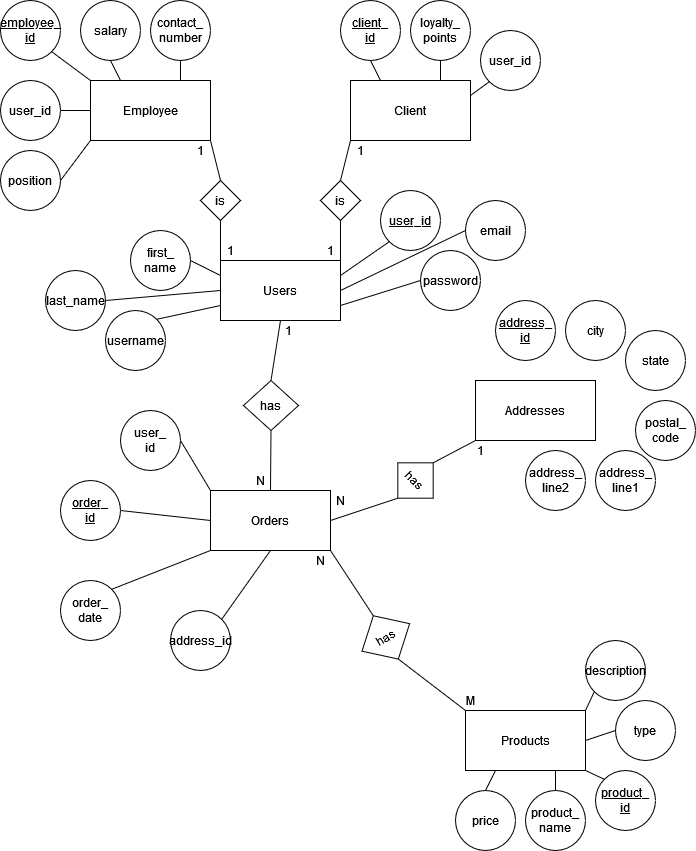
Above: ErDiagram.png in Ruhsaku/SAP-Project (draw.io), before the change. Source tidied: cells renumbered, new cells last; positions are measured from the earlier drawing's top-left corner, leaving out a move shared by most shapes.
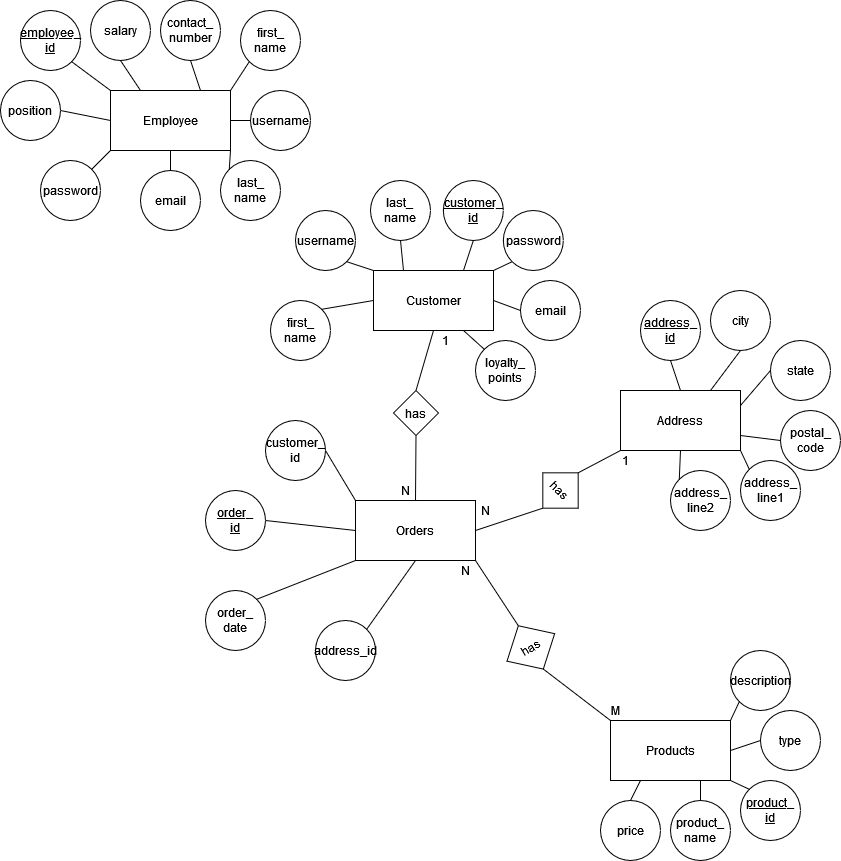
After the commit.

Commit message:
Add entity relationship diagram

What changed in the source:
```diff
@@ -2,91 +2,28 @@
   <root>
     <mxCell id="0" />
     <mxCell id="1" parent="0" />
-    <mxCell id="2" value="&lt;div&gt;Users&lt;/div&gt;" style="rounded=0;whiteSpace=wrap;html=1;" parent="1" vertex="1">
-      <mxGeometry x="220" y="260" width="120" height="60" as="geometry" />
-    </mxCell>
     <mxCell id="3" value="Employee" style="rounded=0;whiteSpace=wrap;html=1;" parent="1" vertex="1">
-      <mxGeometry x="90" y="80" width="120" height="60" as="geometry" />
+      <mxGeometry x="-35" y="80" width="120" height="60" as="geometry" />
     </mxCell>
-    <mxCell id="4" value="Client" style="rounded=0;whiteSpace=wrap;html=1;" parent="1" vertex="1">
-      <mxGeometry x="350" y="80" width="120" height="60" as="geometry" />
+    <mxCell id="4" value="Customer" style="rounded=0;whiteSpace=wrap;html=1;" parent="1" vertex="1">
+      <mxGeometry x="228" y="260" width="120" height="60" as="geometry" />
     </mxCell>
-    <mxCell id="5" value="&lt;div&gt;first_&lt;/div&gt;&lt;div&gt;name&lt;/div&gt;" style="ellipse;whiteSpace=wrap;html=1;" parent="1" vertex="1">
-      <mxGeometry x="130" y="230" width="60" height="60" as="geometry" />
-    </mxCell>
     <mxCell id="6" value="salary" style="ellipse;whiteSpace=wrap;html=1;" parent="1" vertex="1">
-      <mxGeometry x="80" width="60" height="60" as="geometry" />
+      <mxGeometry x="-55" y="-10" width="60" height="60" as="geometry" />
     </mxCell>
-    <mxCell id="7" value="username" style="ellipse;whiteSpace=wrap;html=1;" parent="1" vertex="1">
-      <mxGeometry x="105" y="310" width="60" height="60" as="geometry" />
-    </mxCell>
-    <mxCell id="8" value="password" style="ellipse;whiteSpace=wrap;html=1;" parent="1" vertex="1">
-      <mxGeometry x="420" y="250" width="60" height="60" as="geometry" />
-    </mxCell>
     <mxCell id="9" value="&lt;div&gt;contact_&lt;/div&gt;&lt;div&gt;number&lt;/div&gt;" style="ellipse;whiteSpace=wrap;html=1;" parent="1" vertex="1">
-      <mxGeometry x="150" width="60" height="60" as="geometry" />
+      <mxGeometry x="15" y="-10" width="60" height="60" as="geometry" />
     </mxCell>
-    <mxCell id="10" value="email" style="ellipse;whiteSpace=wrap;html=1;" parent="1" vertex="1">
-      <mxGeometry x="465" y="200" width="60" height="60" as="geometry" />
-    </mxCell>
     <mxCell id="11" value="&lt;div&gt;&lt;u&gt;employee_&lt;/u&gt;&lt;/div&gt;&lt;div&gt;&lt;u&gt;id&lt;i&gt;&lt;br&gt;&lt;/i&gt;&lt;/u&gt;&lt;/div&gt;" style="ellipse;whiteSpace=wrap;html=1;" parent="1" vertex="1">
-      <mxGeometry width="60" height="60" as="geometry" />
+      <mxGeometry x="-125" width="60" height="60" as="geometry" />
     </mxCell>
-    <mxCell id="12" value="&lt;div&gt;loyalty_&lt;/div&gt;&lt;div&gt;points&lt;/div&gt;" style="ellipse;whiteSpace=wrap;html=1;" parent="1" vertex="1">
-      <mxGeometry x="410" width="60" height="60" as="geometry" />
-    </mxCell>
-    <mxCell id="13" value="last_name" style="ellipse;whiteSpace=wrap;html=1;" parent="1" vertex="1">
-      <mxGeometry x="45" y="270" width="60" height="60" as="geometry" />
-    </mxCell>
-    <mxCell id="14" value="&lt;div&gt;&lt;u&gt;client_&lt;/u&gt;&lt;/div&gt;&lt;div&gt;&lt;u&gt;id&lt;/u&gt;&lt;/div&gt;" style="ellipse;whiteSpace=wrap;html=1;" parent="1" vertex="1">
-      <mxGeometry x="340" width="60" height="60" as="geometry" />
+    <mxCell id="14" value="&lt;div&gt;&lt;u&gt;customer_&lt;/u&gt;&lt;/div&gt;&lt;div&gt;&lt;u&gt;id&lt;/u&gt;&lt;/div&gt;" style="ellipse;whiteSpace=wrap;html=1;" parent="1" vertex="1">
+      <mxGeometry x="297.8" y="170" width="60" height="60" as="geometry" />
     </mxCell>
-    <mxCell id="15" value="user_id" style="ellipse;whiteSpace=wrap;html=1;" parent="1" vertex="1">
-      <mxGeometry y="80" width="60" height="60" as="geometry" />
-    </mxCell>
-    <mxCell id="16" value="user_id" style="ellipse;whiteSpace=wrap;html=1;" parent="1" vertex="1">
-      <mxGeometry x="480" y="30" width="60" height="60" as="geometry" />
-    </mxCell>
     <mxCell id="17" value="position" style="ellipse;whiteSpace=wrap;html=1;" parent="1" vertex="1">
-      <mxGeometry y="150" width="60" height="60" as="geometry" />
+      <mxGeometry x="-145" y="70" width="60" height="60" as="geometry" />
     </mxCell>
-    <mxCell id="18" value="&lt;u&gt;user_id&lt;/u&gt;" style="ellipse;whiteSpace=wrap;html=1;" parent="1" vertex="1">
-      <mxGeometry x="380" y="190" width="60" height="60" as="geometry" />
-    </mxCell>
-    <mxCell id="19" value="&lt;div&gt;is&lt;/div&gt;" style="rhombus;whiteSpace=wrap;html=1;" parent="1" vertex="1">
-      <mxGeometry x="200" y="180" width="40" height="40" as="geometry" />
-    </mxCell>
-    <mxCell id="20" value="&lt;div&gt;is&lt;/div&gt;" style="rhombus;whiteSpace=wrap;html=1;" parent="1" vertex="1">
-      <mxGeometry x="320" y="180" width="40" height="40" as="geometry" />
-    </mxCell>
-    <mxCell id="21" style="endArrow=none;html=1;rounded=0;entryX=0;entryY=1;entryDx=0;entryDy=0;exitX=0.5;exitY=0;exitDx=0;exitDy=0;" parent="1" edge="1" source="20" target="4">
-      <mxGeometry relative="1" as="geometry" />
-    </mxCell>
-    <mxCell id="22" style="endArrow=none;html=1;rounded=0;entryX=0.5;entryY=1;entryDx=0;entryDy=0;exitX=1;exitY=0;exitDx=0;exitDy=0;" parent="1" edge="1" source="2" target="20">
-      <mxGeometry relative="1" as="geometry" />
-    </mxCell>
-    <mxCell id="23" style="endArrow=none;html=1;rounded=0;entryX=0.5;entryY=1;entryDx=0;entryDy=0;exitX=0;exitY=0;exitDx=0;exitDy=0;" parent="1" edge="1" source="2" target="19">
-      <mxGeometry relative="1" as="geometry" />
-    </mxCell>
-    <mxCell id="24" style="endArrow=none;html=1;rounded=0;entryX=1;entryY=1;entryDx=0;entryDy=0;exitX=0.5;exitY=0;exitDx=0;exitDy=0;" parent="1" edge="1" source="19" target="3">
-      <mxGeometry relative="1" as="geometry" />
-    </mxCell>
-    <mxCell id="25" value="1" style="text;html=1;align=center;verticalAlign=middle;whiteSpace=wrap;rounded=0;" parent="1" vertex="1">
-      <mxGeometry x="190" y="140" width="20" height="20" as="geometry" />
-    </mxCell>
-    <mxCell id="26" value="1" style="text;html=1;align=center;verticalAlign=middle;whiteSpace=wrap;rounded=0;" parent="1" vertex="1">
-      <mxGeometry x="220" y="240" width="20" height="20" as="geometry" />
-    </mxCell>
-    <mxCell id="27" style="endArrow=none;html=1;rounded=0;entryX=0.5;entryY=1;entryDx=0;entryDy=0;exitX=1;exitY=0;exitDx=0;exitDy=0;" parent="1" edge="1" source="2" target="28">
-      <mxGeometry relative="1" as="geometry" />
-    </mxCell>
-    <mxCell id="28" value="1" style="text;html=1;align=center;verticalAlign=middle;whiteSpace=wrap;rounded=0;" parent="1" vertex="1">
-      <mxGeometry x="320" y="240" width="20" height="20" as="geometry" />
-    </mxCell>
-    <mxCell id="29" value="1" style="text;html=1;align=center;verticalAlign=middle;whiteSpace=wrap;rounded=0;" parent="1" vertex="1">
-      <mxGeometry x="350" y="140" width="20" height="20" as="geometry" />
-    </mxCell>
-    <mxCell id="30" style="endArrow=none;html=1;rounded=0;entryX=1;entryY=0.5;entryDx=0;entryDy=0;exitX=0;exitY=1;exitDx=0;exitDy=0;" parent="1" edge="1" source="3" target="17">
+    <mxCell id="30" style="endArrow=none;html=1;rounded=0;entryX=1;entryY=0.5;entryDx=0;entryDy=0;exitX=0;exitY=0.5;exitDx=0;exitDy=0;" parent="1" edge="1" source="3" target="17">
       <mxGeometry relative="1" as="geometry" />
     </mxCell>
     <mxCell id="31" style="endArrow=none;html=1;rounded=0;entryX=0.5;entryY=1;entryDx=0;entryDy=0;exitX=0.75;exitY=0;exitDx=0;exitDy=0;" parent="1" edge="1" source="3" target="9">
@@ -98,40 +35,10 @@
     <mxCell id="33" style="endArrow=none;html=1;rounded=0;entryX=1;entryY=1;entryDx=0;entryDy=0;exitX=0;exitY=0;exitDx=0;exitDy=0;" parent="1" edge="1" source="3" target="11">
       <mxGeometry relative="1" as="geometry" />
     </mxCell>
-    <mxCell id="34" style="endArrow=none;html=1;rounded=0;entryX=1;entryY=0.5;entryDx=0;entryDy=0;exitX=0;exitY=0.5;exitDx=0;exitDy=0;" parent="1" edge="1" source="3" target="15">
-      <mxGeometry relative="1" as="geometry" />
-    </mxCell>
-    <mxCell id="35" style="endArrow=none;html=1;rounded=0;entryX=0.5;entryY=1;entryDx=0;entryDy=0;exitX=0.25;exitY=0;exitDx=0;exitDy=0;" parent="1" edge="1" source="4" target="14">
-      <mxGeometry relative="1" as="geometry" />
-    </mxCell>
-    <mxCell id="36" style="endArrow=none;html=1;rounded=0;entryX=0.5;entryY=1;entryDx=0;entryDy=0;exitX=0.75;exitY=0;exitDx=0;exitDy=0;" parent="1" edge="1" source="4" target="12">
-      <mxGeometry relative="1" as="geometry" />
-    </mxCell>
-    <mxCell id="37" style="endArrow=none;html=1;rounded=0;entryX=0;entryY=1;entryDx=0;entryDy=0;exitX=1;exitY=0.25;exitDx=0;exitDy=0;" parent="1" edge="1" source="4" target="16">
-      <mxGeometry relative="1" as="geometry" />
-    </mxCell>
-    <mxCell id="38" style="endArrow=none;html=1;rounded=0;entryX=1;entryY=0.5;entryDx=0;entryDy=0;exitX=0;exitY=0.25;exitDx=0;exitDy=0;" parent="1" edge="1" source="2" target="5">
-      <mxGeometry relative="1" as="geometry" />
-    </mxCell>
-    <mxCell id="39" style="endArrow=none;html=1;rounded=0;entryX=1;entryY=0.5;entryDx=0;entryDy=0;exitX=0;exitY=0.5;exitDx=0;exitDy=0;" parent="1" edge="1" source="2" target="13">
-      <mxGeometry relative="1" as="geometry" />
-    </mxCell>
-    <mxCell id="40" style="endArrow=none;html=1;rounded=0;entryX=1;entryY=0;entryDx=0;entryDy=0;exitX=0;exitY=0.75;exitDx=0;exitDy=0;" parent="1" edge="1" source="2" target="7">
-      <mxGeometry relative="1" as="geometry" />
-    </mxCell>
-    <mxCell id="41" style="endArrow=none;html=1;rounded=0;entryX=0;entryY=0.5;entryDx=0;entryDy=0;exitX=1;exitY=0.75;exitDx=0;exitDy=0;" parent="1" edge="1" source="2" target="8">
-      <mxGeometry relative="1" as="geometry" />
-    </mxCell>
-    <mxCell id="42" style="endArrow=none;html=1;rounded=0;entryX=0;entryY=0.5;entryDx=0;entryDy=0;exitX=1;exitY=0.5;exitDx=0;exitDy=0;" parent="1" edge="1" source="2" target="10">
-      <mxGeometry relative="1" as="geometry" />
-    </mxCell>
-    <mxCell id="43" style="endArrow=none;html=1;rounded=0;entryX=0;entryY=1;entryDx=0;entryDy=0;exitX=1;exitY=0.25;exitDx=0;exitDy=0;" parent="1" edge="1" source="2" target="18">
-      <mxGeometry relative="1" as="geometry" />
-    </mxCell>
     <mxCell id="44" value="&lt;div&gt;Orders&lt;/div&gt;" style="rounded=0;whiteSpace=wrap;html=1;" parent="1" vertex="1">
       <mxGeometry x="210" y="490" width="120" height="60" as="geometry" />
     </mxCell>
-    <mxCell id="45" value="Addresses" style="rounded=0;whiteSpace=wrap;html=1;" parent="1" vertex="1">
+    <mxCell id="45" value="Address" style="rounded=0;whiteSpace=wrap;html=1;" parent="1" vertex="1">
       <mxGeometry x="475" y="380" width="120" height="60" as="geometry" />
     </mxCell>
     <mxCell id="46" value="&lt;div&gt;Products&lt;/div&gt;" style="rounded=0;whiteSpace=wrap;html=1;" parent="1" vertex="1">
@@ -168,10 +75,10 @@
       <mxGeometry relative="1" as="geometry" />
     </mxCell>
     <mxCell id="57" value="&lt;div&gt;&lt;u&gt;address_&lt;/u&gt;&lt;/div&gt;&lt;div&gt;&lt;u&gt;id&lt;br&gt;&lt;/u&gt;&lt;/div&gt;" style="ellipse;whiteSpace=wrap;html=1;" parent="1" vertex="1">
-      <mxGeometry x="495" y="300" width="60" height="60" as="geometry" />
+      <mxGeometry x="495" y="290" width="60" height="60" as="geometry" />
     </mxCell>
     <mxCell id="58" value="city" style="ellipse;whiteSpace=wrap;html=1;" parent="1" vertex="1">
-      <mxGeometry x="565" y="300" width="60" height="60" as="geometry" />
+      <mxGeometry x="565" y="280" width="60" height="60" as="geometry" />
     </mxCell>
     <mxCell id="59" value="state" style="ellipse;whiteSpace=wrap;html=1;" parent="1" vertex="1">
       <mxGeometry x="625" y="330" width="60" height="60" as="geometry" />
@@ -183,12 +90,12 @@
       <mxGeometry x="595" y="450" width="60" height="60" as="geometry" />
     </mxCell>
     <mxCell id="62" value="&lt;div&gt;address_&lt;/div&gt;&lt;div&gt;line2&lt;/div&gt;" style="ellipse;whiteSpace=wrap;html=1;" parent="1" vertex="1">
-      <mxGeometry x="525" y="450" width="60" height="60" as="geometry" />
+      <mxGeometry x="525" y="460" width="60" height="60" as="geometry" />
     </mxCell>
     <mxCell id="63" value="&lt;div&gt;&lt;u&gt;order_&lt;/u&gt;&lt;/div&gt;&lt;div&gt;&lt;u&gt;id&lt;/u&gt;&lt;/div&gt;" style="ellipse;whiteSpace=wrap;html=1;" parent="1" vertex="1">
       <mxGeometry x="60" y="480" width="60" height="60" as="geometry" />
     </mxCell>
-    <mxCell id="64" value="&lt;div&gt;user_&lt;/div&gt;&lt;div&gt;id&lt;/div&gt;" style="ellipse;whiteSpace=wrap;html=1;" parent="1" vertex="1">
+    <mxCell id="64" value="&lt;div&gt;customer_&lt;/div&gt;&lt;div&gt;id&lt;/div&gt;" style="ellipse;whiteSpace=wrap;html=1;" parent="1" vertex="1">
       <mxGeometry x="120" y="410" width="60" height="60" as="geometry" />
     </mxCell>
     <mxCell id="65" value="address_id" style="ellipse;whiteSpace=wrap;html=1;" parent="1" vertex="1">
@@ -197,17 +104,14 @@
     <mxCell id="66" value="&lt;div&gt;order_&lt;/div&gt;&lt;div&gt;date&lt;/div&gt;" style="ellipse;whiteSpace=wrap;html=1;" parent="1" vertex="1">
       <mxGeometry x="60" y="580" width="60" height="60" as="geometry" />
     </mxCell>
-    <mxCell id="67" value="has" style="rhombus;whiteSpace=wrap;html=1;" parent="1" vertex="1">
-      <mxGeometry x="243" y="380" width="55" height="50" as="geometry" />
-    </mxCell>
-    <mxCell id="68" style="endArrow=none;html=1;rounded=0;entryX=0.5;entryY=1;entryDx=0;entryDy=0;exitX=0.5;exitY=0;exitDx=0;exitDy=0;" parent="1" edge="1" source="67" target="2">
+    <mxCell id="68" style="endArrow=none;html=1;rounded=0;entryX=0.5;entryY=1;entryDx=0;entryDy=0;exitX=0.5;exitY=0;exitDx=0;exitDy=0;" parent="1" edge="1" source="67" target="4">
       <mxGeometry relative="1" as="geometry" />
     </mxCell>
-    <mxCell id="69" style="endArrow=none;html=1;rounded=0;entryX=0.5;entryY=1;entryDx=0;entryDy=0;exitX=0.5;exitY=0;exitDx=0;exitDy=0;" parent="1" edge="1" source="44" target="67">
+    <mxCell id="69" style="endArrow=none;html=1;rounded=0;exitX=0.5;exitY=0;exitDx=0;exitDy=0;entryX=0.5;entryY=1;entryDx=0;entryDy=0;" parent="1" edge="1" source="44" target="67">
       <mxGeometry relative="1" as="geometry" />
     </mxCell>
     <mxCell id="70" value="1" style="text;html=1;align=center;verticalAlign=middle;whiteSpace=wrap;rounded=0;" parent="1" vertex="1">
-      <mxGeometry x="278" y="320" width="20" height="20" as="geometry" />
+      <mxGeometry x="290" y="320" width="20" height="20" as="geometry" />
     </mxCell>
     <mxCell id="71" value="N" style="text;html=1;align=center;verticalAlign=middle;whiteSpace=wrap;rounded=0;" parent="1" vertex="1">
       <mxGeometry x="250" y="470" width="20" height="20" as="geometry" />
@@ -254,5 +158,95 @@
     <mxCell id="85" value="M" style="text;html=1;align=center;verticalAlign=middle;whiteSpace=wrap;rounded=0;" parent="1" vertex="1">
       <mxGeometry x="460" y="690" width="20" height="20" as="geometry" />
     </mxCell>
+    <mxCell id="86" value="username" style="ellipse;whiteSpace=wrap;html=1;" parent="1" vertex="1">
+      <mxGeometry x="105" y="80" width="60" height="60" as="geometry" />
+    </mxCell>
+    <mxCell id="87" value="password" style="ellipse;whiteSpace=wrap;html=1;" parent="1" vertex="1">
+      <mxGeometry x="-105" y="150" width="60" height="60" as="geometry" />
+    </mxCell>
+    <mxCell id="88" value="email" style="ellipse;whiteSpace=wrap;html=1;" parent="1" vertex="1">
+      <mxGeometry x="-5" y="160" width="60" height="60" as="geometry" />
+    </mxCell>
+    <mxCell id="89" value="&lt;div&gt;first_&lt;/div&gt;&lt;div&gt;name&lt;/div&gt;" style="ellipse;whiteSpace=wrap;html=1;" parent="1" vertex="1">
+      <mxGeometry x="95" width="60" height="60" as="geometry" />
+    </mxCell>
+    <mxCell id="90" style="endArrow=none;html=1;rounded=0;entryX=0;entryY=1;entryDx=0;entryDy=0;exitX=1;exitY=0;exitDx=0;exitDy=0;" parent="1" edge="1" source="3" target="89">
+      <mxGeometry relative="1" as="geometry" />
+    </mxCell>
+    <mxCell id="91" style="endArrow=none;html=1;rounded=0;entryX=0;entryY=0.5;entryDx=0;entryDy=0;exitX=1;exitY=0.5;exitDx=0;exitDy=0;" parent="1" edge="1" source="3" target="86">
+      <mxGeometry relative="1" as="geometry" />
+    </mxCell>
+    <mxCell id="92" style="endArrow=none;html=1;rounded=0;entryX=0.5;entryY=0;entryDx=0;entryDy=0;exitX=0.5;exitY=1;exitDx=0;exitDy=0;" parent="1" edge="1" source="3" target="88">
+      <mxGeometry relative="1" as="geometry" />
+    </mxCell>
+    <mxCell id="93" style="endArrow=none;html=1;rounded=0;entryX=1;entryY=0;entryDx=0;entryDy=0;exitX=0;exitY=1;exitDx=0;exitDy=0;" parent="1" edge="1" source="3" target="87">
+      <mxGeometry relative="1" as="geometry" />
+    </mxCell>
+    <mxCell id="94" value="&lt;div&gt;last_&lt;/div&gt;&lt;div&gt;name&lt;br&gt;&lt;/div&gt;" style="ellipse;whiteSpace=wrap;html=1;" parent="1" vertex="1">
+      <mxGeometry x="225" y="170" width="60" height="60" as="geometry" />
+    </mxCell>
+    <mxCell id="95" value="username" style="ellipse;whiteSpace=wrap;html=1;" parent="1" vertex="1">
+      <mxGeometry x="150" y="200" width="60" height="60" as="geometry" />
+    </mxCell>
+    <mxCell id="96" value="password" style="ellipse;whiteSpace=wrap;html=1;" parent="1" vertex="1">
+      <mxGeometry x="357.8" y="200" width="60" height="60" as="geometry" />
+    </mxCell>
+    <mxCell id="97" value="email" style="ellipse;whiteSpace=wrap;html=1;" parent="1" vertex="1">
+      <mxGeometry x="375" y="270" width="60" height="60" as="geometry" />
+    </mxCell>
+    <mxCell id="98" value="&lt;div&gt;last_&lt;/div&gt;&lt;div&gt;name&lt;/div&gt;" style="ellipse;whiteSpace=wrap;html=1;" parent="1" vertex="1">
+      <mxGeometry x="75" y="150" width="60" height="60" as="geometry" />
+    </mxCell>
+    <mxCell id="99" value="&lt;div&gt;first_&lt;/div&gt;&lt;div&gt;name&lt;/div&gt;" style="ellipse;whiteSpace=wrap;html=1;" parent="1" vertex="1">
+      <mxGeometry x="125" y="290" width="60" height="60" as="geometry" />
+    </mxCell>
+    <mxCell id="12" value="&lt;div&gt;loyalty_&lt;/div&gt;&lt;div&gt;points&lt;br&gt;&lt;/div&gt;" style="ellipse;whiteSpace=wrap;html=1;" parent="1" vertex="1">
+      <mxGeometry x="330" y="330" width="60" height="60" as="geometry" />
+    </mxCell>
+    <mxCell id="67" value="has" style="rhombus;whiteSpace=wrap;html=1;" parent="1" vertex="1">
+      <mxGeometry x="248" y="380" width="45" height="45" as="geometry" />
+    </mxCell>
+    <mxCell id="100" style="endArrow=none;html=1;rounded=0;entryX=0;entryY=0.5;entryDx=0;entryDy=0;exitX=1;exitY=0.5;exitDx=0;exitDy=0;" parent="1" edge="1" source="4" target="97">
+      <mxGeometry relative="1" as="geometry" />
+    </mxCell>
+    <mxCell id="36" style="endArrow=none;html=1;rounded=0;entryX=0;entryY=0;entryDx=0;entryDy=0;exitX=0.75;exitY=1;exitDx=0;exitDy=0;" parent="1" edge="1" source="4" target="12">
+      <mxGeometry relative="1" as="geometry" />
+    </mxCell>
+    <mxCell id="101" style="endArrow=none;html=1;rounded=0;entryX=0;entryY=1;entryDx=0;entryDy=0;exitX=1;exitY=0;exitDx=0;exitDy=0;" parent="1" edge="1" source="4" target="96">
+      <mxGeometry relative="1" as="geometry" />
+    </mxCell>
+    <mxCell id="102" style="endArrow=none;html=1;rounded=0;exitX=1;exitY=0;exitDx=0;exitDy=0;entryX=0;entryY=0.5;entryDx=0;entryDy=0;" parent="1" edge="1" source="99" target="4">
+      <mxGeometry relative="1" as="geometry" />
+    </mxCell>
+    <mxCell id="103" style="endArrow=none;html=1;rounded=0;exitX=1;exitY=1;exitDx=0;exitDy=0;entryX=0;entryY=0;entryDx=0;entryDy=0;" parent="1" edge="1" source="95" target="4">
+      <mxGeometry relative="1" as="geometry" />
+    </mxCell>
+    <mxCell id="104" style="endArrow=none;html=1;rounded=0;entryX=0.5;entryY=1;entryDx=0;entryDy=0;exitX=0.25;exitY=0;exitDx=0;exitDy=0;" parent="1" edge="1" source="4" target="94">
+      <mxGeometry relative="1" as="geometry" />
+    </mxCell>
+    <mxCell id="35" style="endArrow=none;html=1;rounded=0;entryX=0.5;entryY=1;entryDx=0;entryDy=0;exitX=0.75;exitY=0;exitDx=0;exitDy=0;" parent="1" edge="1" source="4" target="14">
+      <mxGeometry relative="1" as="geometry" />
+    </mxCell>
+    <mxCell id="105" style="endArrow=none;html=1;rounded=0;entryX=0.5;entryY=1;entryDx=0;entryDy=0;exitX=0.5;exitY=0;exitDx=0;exitDy=0;" parent="1" edge="1" source="45" target="57">
+      <mxGeometry relative="1" as="geometry" />
+    </mxCell>
+    <mxCell id="106" style="endArrow=none;html=1;rounded=0;exitX=0.75;exitY=0;exitDx=0;exitDy=0;entryX=0.5;entryY=1;entryDx=0;entryDy=0;" parent="1" edge="1" source="45" target="58">
+      <mxGeometry relative="1" as="geometry" />
+    </mxCell>
+    <mxCell id="107" style="endArrow=none;html=1;rounded=0;exitX=1;exitY=0.25;exitDx=0;exitDy=0;entryX=0;entryY=0.5;entryDx=0;entryDy=0;" parent="1" edge="1" source="45" target="59">
+      <mxGeometry relative="1" as="geometry" />
+    </mxCell>
+    <mxCell id="108" style="endArrow=none;html=1;rounded=0;exitX=1;exitY=0.75;exitDx=0;exitDy=0;entryX=0;entryY=0.5;entryDx=0;entryDy=0;" parent="1" edge="1" source="45" target="60">
+      <mxGeometry relative="1" as="geometry" />
+    </mxCell>
+    <mxCell id="109" style="endArrow=none;html=1;rounded=0;exitX=1;exitY=1;exitDx=0;exitDy=0;entryX=0;entryY=0;entryDx=0;entryDy=0;" parent="1" edge="1" source="45" target="61">
+      <mxGeometry relative="1" as="geometry" />
+    </mxCell>
+    <mxCell id="110" style="endArrow=none;html=1;rounded=0;exitX=0.5;exitY=1;exitDx=0;exitDy=0;entryX=0;entryY=0;entryDx=0;entryDy=0;" parent="1" edge="1" source="45" target="62">
+      <mxGeometry relative="1" as="geometry" />
+    </mxCell>
+    <mxCell id="111" style="endArrow=none;html=1;rounded=0;entryX=1;entryY=1;entryDx=0;entryDy=0;exitX=0;exitY=0;exitDx=0;exitDy=0;" parent="1" edge="1" source="98" target="3">
+      <mxGeometry relative="1" as="geometry" />
+    </mxCell>
   </root>
 </mxGraphModel>
```
